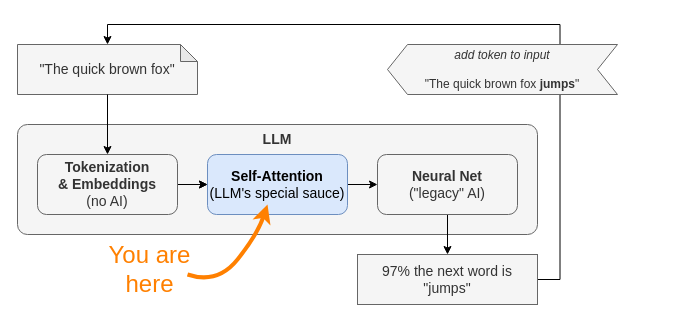
Earlier version of the draw.io diagram book/images/05/llm-flow-self-attention.drawio (yshavit/llm-notes). Source tidied: cells renumbered, new cells numbered last; positions are measured from the earlier drawing's top-left corner, leaving out a move shared by most shapes. Both pictures are drawn from the tidied source at 100%, with x=0, y=0 at pixel (17, 44).
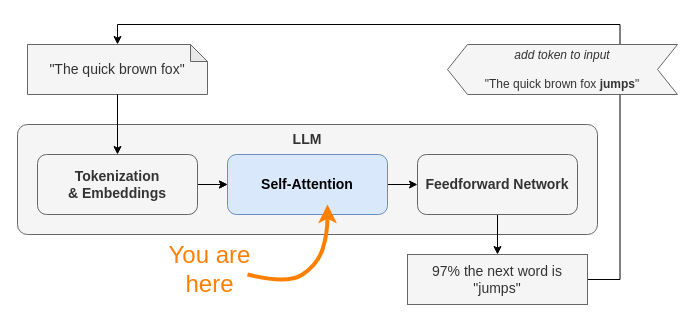
After the change.

Commit message (it also covers changes not shown here):
"neural net" -> FFN

Change to the diagram source:
```diff
@@
     <mxCell id="2" value="&quot;The quick brown fox&quot;" style="shape=note;whiteSpace=wrap;html=1;backgroundOutline=1;darkOpacity=0.05;size=17;fillColor=#f5f5f5;strokeColor=#666666;fontSize=14;fontColor=#333333;" parent="1" vertex="1">
-      <mxGeometry width="180" height="50" as="geometry" />
+      <mxGeometry x="10" width="180" height="50" as="geometry" />
     </mxCell>
     <mxCell id="3" value="LLM" style="rounded=1;whiteSpace=wrap;html=1;fillColor=#f5f5f5;strokeColor=#666666;arcSize=9;verticalAlign=top;fontSize=14;fontStyle=1;labelBackgroundColor=none;fontColor=#333333;" parent="1" vertex="1">
-      <mxGeometry y="80" width="520" height="110" as="geometry" />
+      <mxGeometry y="80" width="580" height="110" as="geometry" />
     </mxCell>
@@
-    <mxCell id="6" value="&lt;b&gt;Tokenization&lt;br&gt;&amp;amp; Embeddings&lt;/b&gt;&lt;br&gt;(no AI)" style="rounded=1;whiteSpace=wrap;html=1;fillColor=#f5f5f5;strokeColor=#666666;fontSize=14;fontColor=#333333;" parent="1" vertex="1">
-      <mxGeometry x="20" y="110" width="140" height="60" as="geometry" />
+    <mxCell id="6" value="&lt;b&gt;Tokenization&lt;br&gt;&amp;amp; Embeddings&lt;/b&gt;" style="rounded=1;whiteSpace=wrap;html=1;fillColor=#f5f5f5;strokeColor=#666666;fontSize=14;fontColor=#333333;" parent="1" vertex="1">
+      <mxGeometry x="20" y="110" width="160" height="60" as="geometry" />
     </mxCell>
@@
-    <mxCell id="8" value="&lt;b&gt;Self-Attention&lt;/b&gt;&lt;br&gt;(LLM's special sauce)" style="rounded=1;whiteSpace=wrap;html=1;fillColor=#dae8fc;strokeColor=#6c8ebf;fontSize=14;" parent="1" vertex="1">
-      <mxGeometry x="190" y="110" width="140" height="60" as="geometry" />
+    <mxCell id="8" value="&lt;b&gt;Self-Attention&lt;/b&gt;" style="rounded=1;whiteSpace=wrap;html=1;fillColor=#dae8fc;strokeColor=#6c8ebf;fontSize=14;" parent="1" vertex="1">
+      <mxGeometry x="210" y="110" width="160" height="60" as="geometry" />
     </mxCell>
@@
-    <mxCell id="10" value="&lt;b&gt;Neural Net&lt;/b&gt;&lt;br&gt;(&quot;legacy&quot; AI)" style="rounded=1;whiteSpace=wrap;html=1;fillColor=#f5f5f5;fontColor=#333333;strokeColor=#666666;fontSize=14;" parent="1" vertex="1">
-      <mxGeometry x="360" y="110" width="140" height="60" as="geometry" />
+    <mxCell id="10" value="&lt;b&gt;Feedforward Network&lt;/b&gt;" style="rounded=1;whiteSpace=wrap;html=1;fillColor=#f5f5f5;fontColor=#333333;strokeColor=#666666;fontSize=14;" parent="1" vertex="1">
+      <mxGeometry x="400" y="110" width="160" height="60" as="geometry" />
     </mxCell>
@@
     <mxCell id="12" value="97% the next word is &quot;jumps&quot;" style="rounded=0;whiteSpace=wrap;html=1;fontSize=14;fillColor=#f5f5f5;strokeColor=#666666;fontColor=#333333;" parent="1" vertex="1">
-      <mxGeometry x="340" y="210" width="180" height="50" as="geometry" />
+      <mxGeometry x="390" y="210" width="180" height="50" as="geometry" />
     </mxCell>
@@
     <mxCell id="14" value="&lt;i&gt;add token to input&lt;/i&gt;&lt;div&gt;&lt;br&gt;&lt;/div&gt;&lt;div&gt;&quot;The quick brown fox &lt;b&gt;jumps&lt;/b&gt;&quot;&lt;/div&gt;" style="shape=step;perimeter=stepPerimeter;whiteSpace=wrap;html=1;fixedSize=1;fillColor=#f5f5f5;strokeColor=#666666;size=20;flipH=1;fontColor=#333333;" parent="1" vertex="1">
-      <mxGeometry x="370" width="230" height="50" as="geometry" />
+      <mxGeometry x="430" width="230" height="50" as="geometry" />
     </mxCell>
@@
     <mxCell id="16" style="curved=1;endArrow=classic;html=1;rounded=0;endFill=1;strokeWidth=4;fillColor=#d80073;strokeColor=#FF8000;startFill=1;comic=0;" parent="1" edge="1">
       <mxGeometry relative="1" as="geometry">
-        <mxPoint x="170" y="230" as="sourcePoint" />
-        <mxPoint x="250" y="160" as="targetPoint" />
+        <mxPoint x="230" y="230" as="sourcePoint" />
+        <mxPoint x="310" y="160" as="targetPoint" />
         <Array as="points">
-          <mxPoint x="200" y="240" />
-          <mxPoint x="240" y="190" />
+          <mxPoint x="270" y="240" />
+          <mxPoint x="300" y="220" />
+          <mxPoint x="310" y="190" />
         </Array>
       </mxGeometry>
     </mxCell>
     <mxCell id="17" value="You are here" style="text;strokeColor=none;fillColor=none;align=center;verticalAlign=middle;rounded=0;fontSize=24;fontColor=#FF8000;labelBorderColor=none;textShadow=0;horizontal=1;glass=0;shadow=0;labelBackgroundColor=none;whiteSpace=wrap;html=1;convertToSvg=0;" parent="1" vertex="1">
-      <mxGeometry x="85" y="210" width="95" height="30" as="geometry" />
+      <mxGeometry x="145" y="210" width="95" height="30" as="geometry" />
     </mxCell>
```
